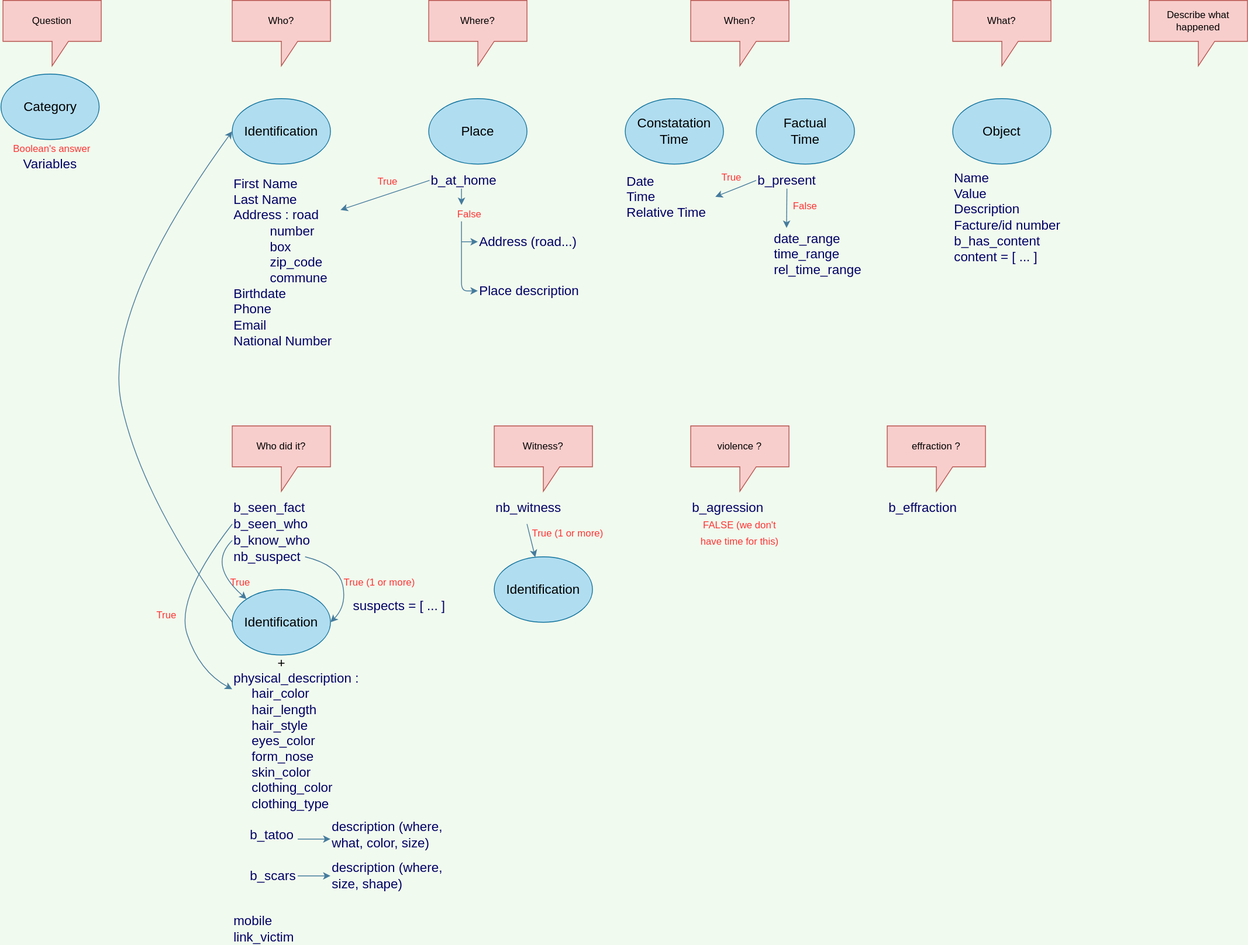
Above: concepts/Variables_needed.svg in Joffreybvn/police-training-chatbot (draw.io), before the change. Source tidied: cells renumbered, new cells last; positions are measured from the earlier drawing's top-left corner, leaving out a move shared by most shapes.
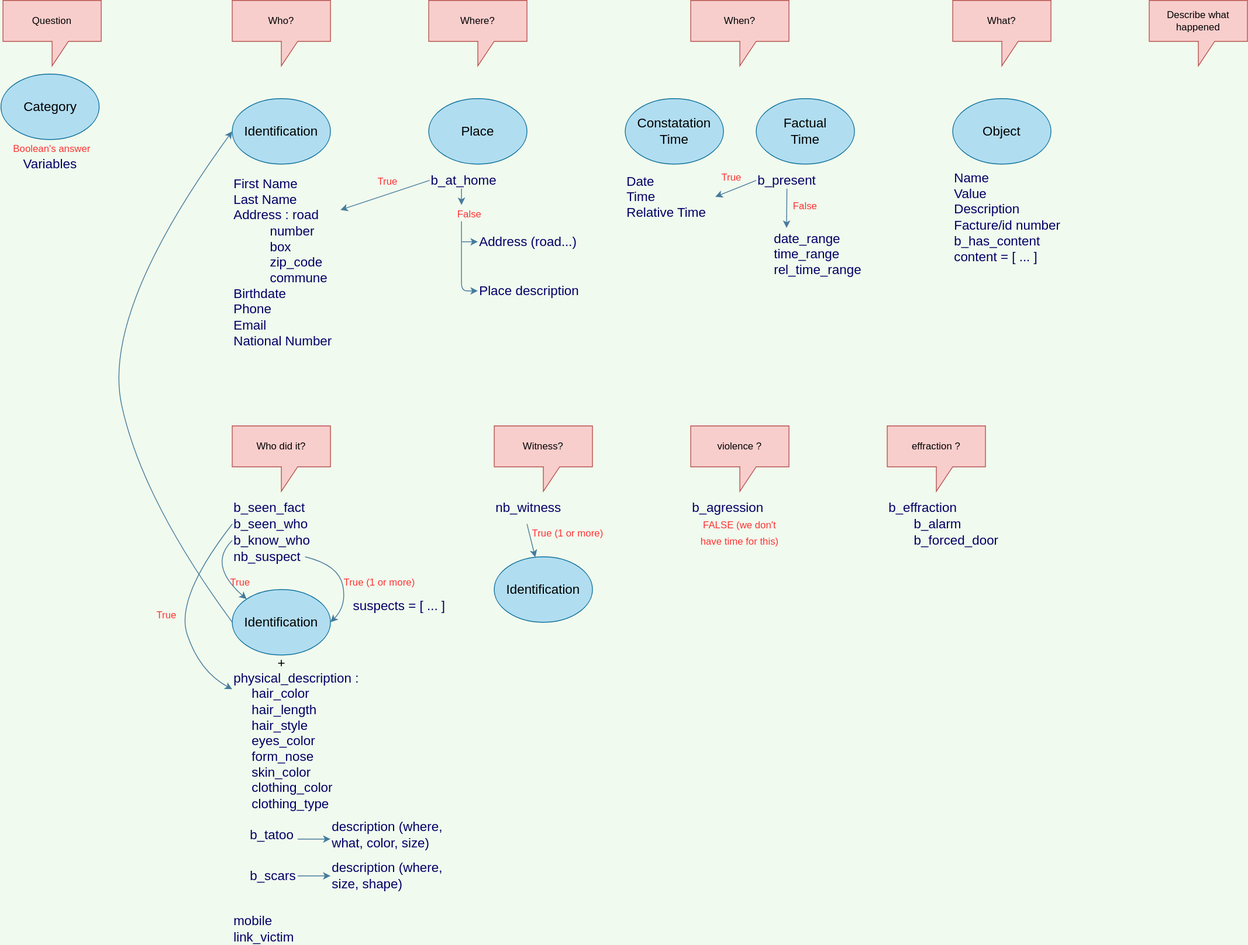
The same file after the commit.

Diff of the diagram source:
```diff
@@ -233,5 +233,11 @@
     <mxCell id="67" value="b_effraction" style="text;html=1;align=left;verticalAlign=middle;whiteSpace=wrap;rounded=0;sketch=0;strokeWidth=1;fontColor=#000066;fontSize=16;" parent="1" vertex="1">
       <mxGeometry x="1082" y="610" width="89" height="20" as="geometry" />
     </mxCell>
+    <mxCell id="68" value="b_alarm" style="text;html=1;align=left;verticalAlign=middle;whiteSpace=wrap;rounded=0;sketch=0;strokeWidth=1;fontColor=#000066;fontSize=16;" parent="1" vertex="1">
+      <mxGeometry x="1113" y="630" width="89" height="20" as="geometry" />
+    </mxCell>
+    <mxCell id="69" value="b_forced_door" style="text;html=1;align=left;verticalAlign=middle;whiteSpace=wrap;rounded=0;sketch=0;strokeWidth=1;fontColor=#000066;fontSize=16;" parent="1" vertex="1">
+      <mxGeometry x="1113" y="650" width="89" height="20" as="geometry" />
+    </mxCell>
   </root>
 </mxGraphModel>
```
